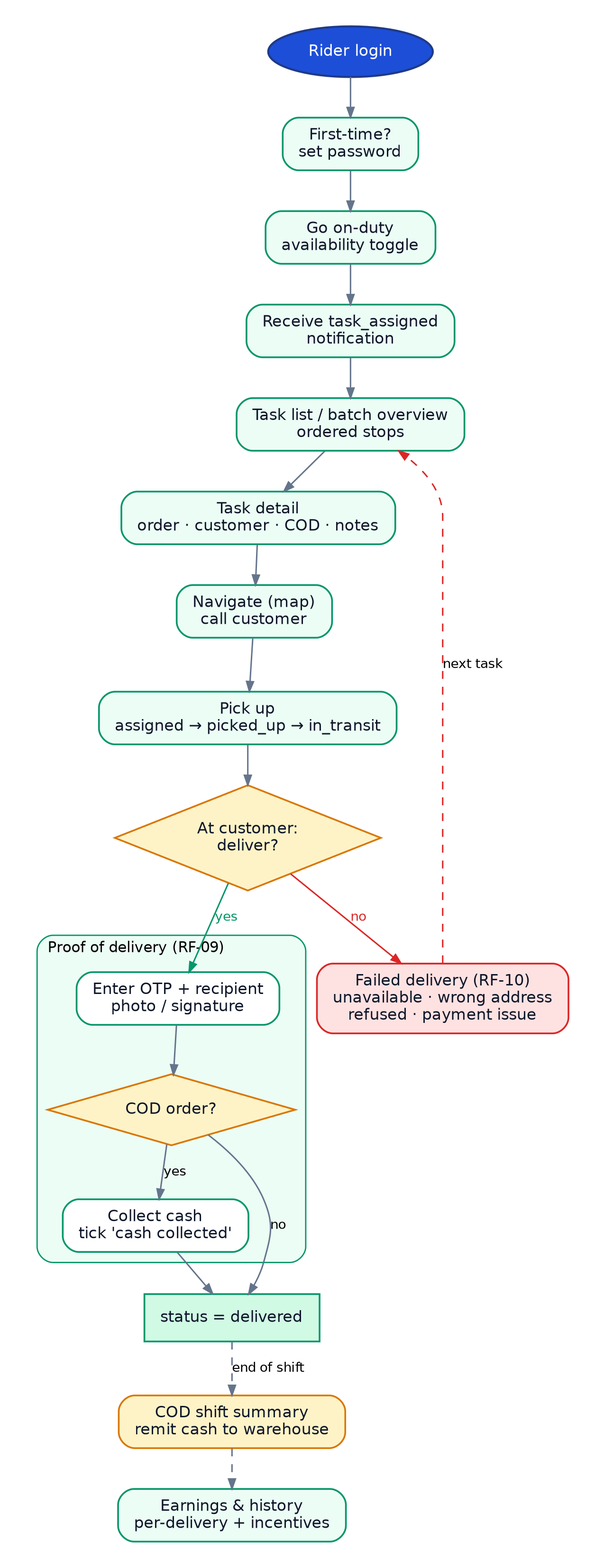
Before: docs/flows/diagrams/07_rider.png, a diagram exported from Graphviz (WaseemMirzaa/somba-apps). Its source is kept beside it as docs/flows/diagrams/07_rider.dot.
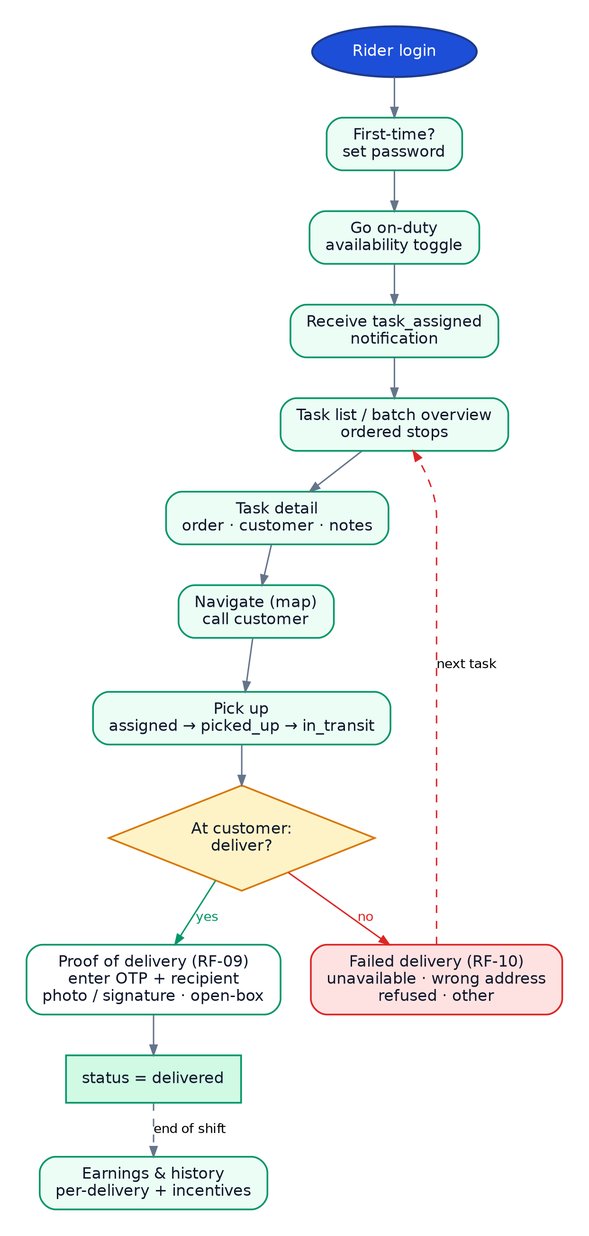
After the commit.

The edit, as a diff of the source:
```diff
@@ -12,27 +12,20 @@
   "ri_tasks" [label="Task list / batch overview
 ordered stops", shape=box, style="rounded,filled", fillcolor="#ECFDF5", color="#059669", fontcolor="#0f172a", fontsize=12, penwidth=1.3];
   "ri_detail" [label="Task detail
-order · customer · COD · notes", shape=box, style="rounded,filled", fillcolor="#ECFDF5", color="#059669", fontcolor="#0f172a", fontsize=12, penwidth=1.3];
+order · customer · notes", shape=box, style="rounded,filled", fillcolor="#ECFDF5", color="#059669", fontcolor="#0f172a", fontsize=12, penwidth=1.3];
   "ri_nav" [label="Navigate (map)
 call customer", shape=box, style="rounded,filled", fillcolor="#ECFDF5", color="#059669", fontcolor="#0f172a", fontsize=12, penwidth=1.3];
   "ri_pick" [label="Pick up
 assigned → picked_up → in_transit", shape=box, style="rounded,filled", fillcolor="#ECFDF5", color="#059669", fontcolor="#0f172a", fontsize=12, penwidth=1.3];
   "ri_try" [label="At customer:
 deliver?", shape=diamond, style="filled", fillcolor="#FEF3C7", color="#d97706", fontcolor="#0f172a", fontsize=12, penwidth=1.3];
-  subgraph cluster_pod {
-    label="Proof of delivery (RF-09)"; fontname="Helvetica"; fontsize=11; style="rounded,filled"; fillcolor="#ECFDF5"; color="#059669"; labeljust=l;
-  "ri_otp" [label="Enter OTP + recipient
-photo / signature", shape=box, style="rounded,filled", fillcolor="white", color="#059669", fontcolor="#0f172a", fontsize=12, penwidth=1.3];
-  "ri_cod" [label="COD order?", shape=diamond, style="filled", fillcolor="#FEF3C7", color="#d97706", fontcolor="#0f172a", fontsize=12, penwidth=1.3];
-  "ri_cash" [label="Collect cash
-tick 'cash collected'", shape=box, style="rounded,filled", fillcolor="white", color="#059669", fontcolor="#0f172a", fontsize=12, penwidth=1.3];
-  }
+  "ri_pod" [label="Proof of delivery (RF-09)
+enter OTP + recipient
+photo / signature · open-box", shape=box, style="rounded,filled", fillcolor="white", color="#059669", fontcolor="#0f172a", fontsize=12, penwidth=1.3];
   "ri_deliv" [label="status = delivered", shape=box, style="filled", fillcolor="#D1FAE5", color="#059669", fontcolor="#0f172a", fontsize=12, penwidth=1.3];
   "ri_fail" [label="Failed delivery (RF-10)
 unavailable · wrong address
-refused · payment issue", shape=box, style="rounded,filled", fillcolor="#FEE2E2", color="#dc2626", fontcolor="#0f172a", fontsize=12, penwidth=1.3];
-  "ri_shift" [label="COD shift summary
-remit cash to warehouse", shape=box, style="rounded,filled", fillcolor="#FEF3C7", color="#d97706", fontcolor="#0f172a", fontsize=12, penwidth=1.3];
+refused · other", shape=box, style="rounded,filled", fillcolor="#FEE2E2", color="#dc2626", fontcolor="#0f172a", fontsize=12, penwidth=1.3];
   "ri_earn" [label="Earnings & history
 per-delivery + incentives", shape=box, style="rounded,filled", fillcolor="#ECFDF5", color="#059669", fontcolor="#0f172a", fontsize=12, penwidth=1.3];
   "ri_login" -> "ri_first" [style=solid, color="#64748b"];
@@ -43,13 +36,9 @@
   "ri_detail" -> "ri_nav" [style=solid, color="#64748b"];
   "ri_nav" -> "ri_pick" [style=solid, color="#64748b"];
   "ri_pick" -> "ri_try" [style=solid, color="#64748b"];
-  "ri_try" -> "ri_otp" [style=solid, color="#059669", label="yes", fontcolor="#059669"];
+  "ri_try" -> "ri_pod" [style=solid, color="#059669", label="yes", fontcolor="#059669"];
   "ri_try" -> "ri_fail" [style=solid, color="#dc2626", label="no", fontcolor="#dc2626"];
-  "ri_otp" -> "ri_cod" [style=solid, color="#64748b"];
-  "ri_cod" -> "ri_cash" [style=solid, color="#64748b", label="yes"];
-  "ri_cod" -> "ri_deliv" [style=solid, color="#64748b", label="no"];
-  "ri_cash" -> "ri_deliv" [style=solid, color="#64748b"];
-  "ri_deliv" -> "ri_shift" [style=dashed, color="#64748b", label="end of shift"];
-  "ri_shift" -> "ri_earn" [style=dashed, color="#64748b"];
+  "ri_pod" -> "ri_deliv" [style=solid, color="#64748b"];
+  "ri_deliv" -> "ri_earn" [style=dashed, color="#64748b", label="end of shift"];
   "ri_fail" -> "ri_tasks" [style=dashed, color="#dc2626", label="next task"];
 }
```
